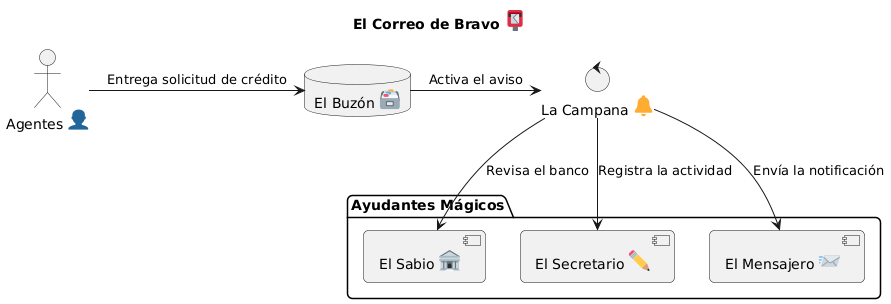
Earlier version of the PlantUML export docs/diagram-flow-bravo-credit-app.png (Sirpyerre/bravo-challenge).
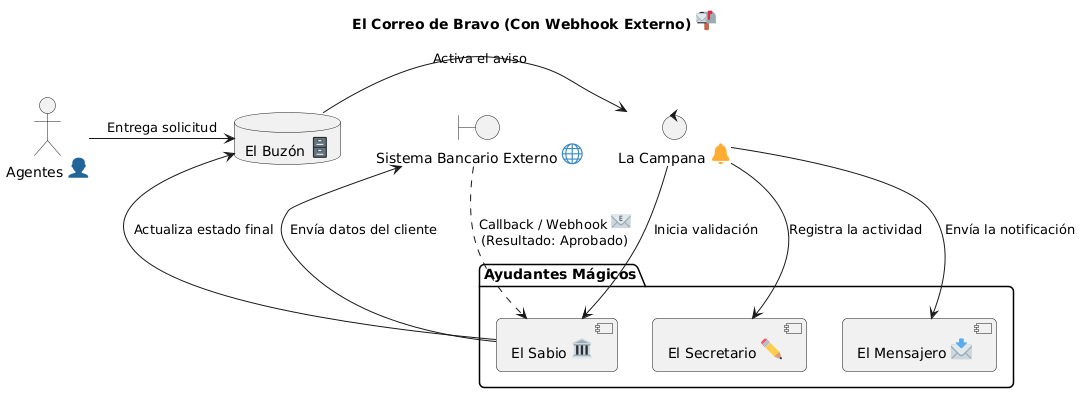
The same file after the commit.

What changed in the source:
```diff
@@ -1,23 +1,29 @@
 @startuml
 skinparam backgroundColor #FFFFFF
 skinparam shadowing false
-skinparam RoundCorner 10 ' Pequeñas esquinas redondeadas para un toque moderno
+skinparam RoundCorner 10
 
-title El Correo de Bravo <:postbox:>
+title El Correo de Bravo (Con Webhook Externo) <:1f4ec:>
 
-actor "Agentes <:bust_in_silhouette:>" as Kids
-database "El Buzón <:card_file_box:>" as DB
-control "La Campana <:bell:>" as Bell
+actor "Agentes <:1f464:>" as Kids
+database "El Buzón <:1f5c4:>" as DB
+control "La Campana <:1f514:>" as Bell
 
 package "Ayudantes Mágicos" {
-    component "El Sabio <:bank:>" as Bank
-component "El Secretario <:270f:>" as Auditor
-    component "El Mensajero <:incoming_envelope:>" as Notify
+    component "El Sabio <:1f3db:>" as Bank
+    component "El Secretario <:270f:>" as Auditor
+    component "El Mensajero <:1f4e9:>" as Notify
 }
 
-Kids -> DB : Entrega solicitud de crédito
+boundary "Sistema Bancario Externo <:1f310:>" as External
+
+Kids -> DB : Entrega solicitud
 DB -> Bell : Activa el aviso
-Bell --> Bank : Revisa el banco
 Bell --> Auditor : Registra la actividad
 Bell --> Notify : Envía la notificación
+
+Bell --> Bank : Inicia validación
+Bank -> External : Envía datos del cliente
+External -.> Bank : Callback / Webhook <:1f4e7:>\n(Resultado: Aprobado)
+Bank -> DB : Actualiza estado final
 @enduml
```
